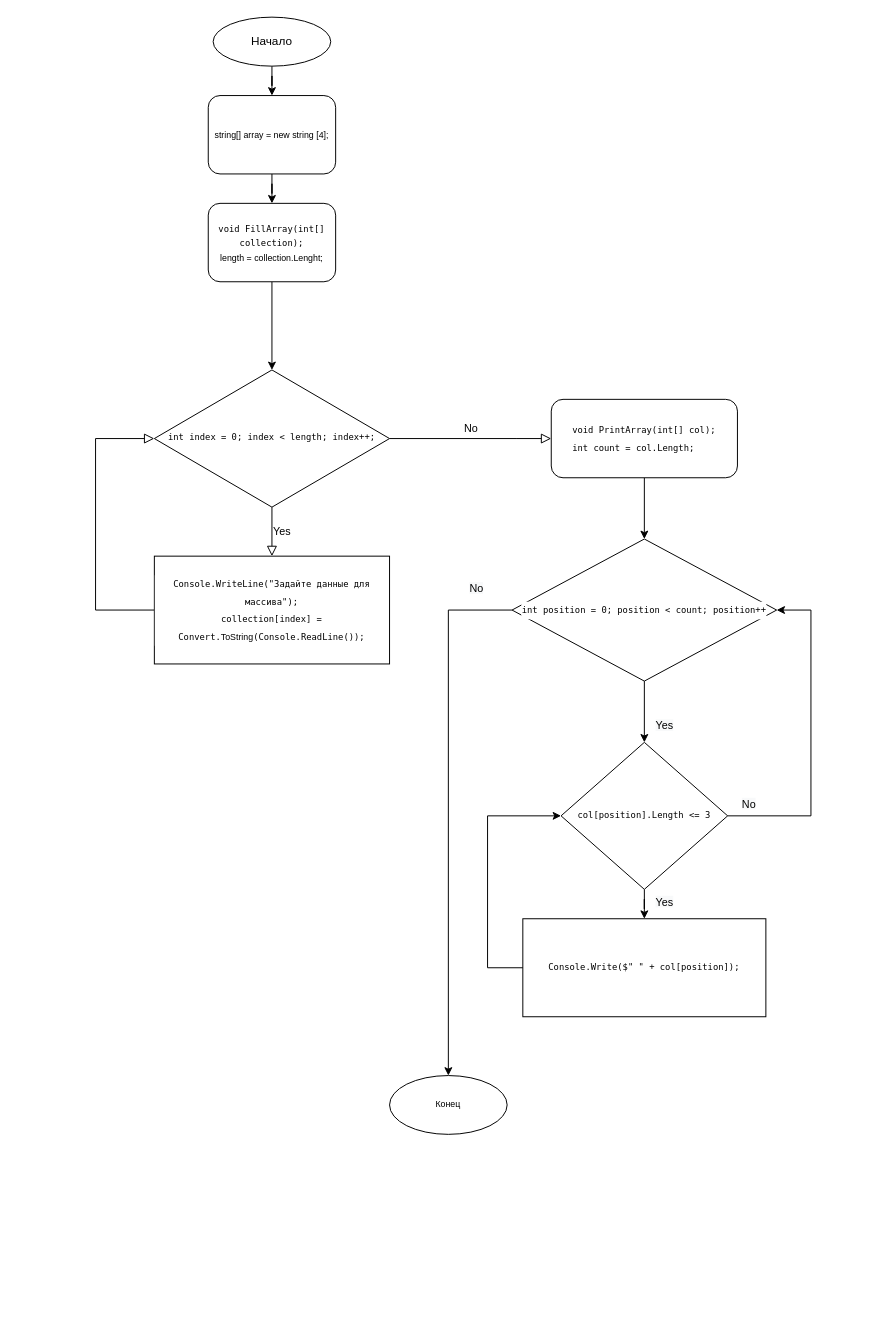
Above: Untitled Diagram.drawio in RomanPenskikh/HomeWork (draw.io), before the change. Source tidied: cells renumbered, new cells numbered last; positions are measured from the earlier drawing's top-left corner, leaving out a move shared by most shapes. Both pictures are drawn from the tidied source at 98%, with x=0, y=0 at pixel (95, 17).
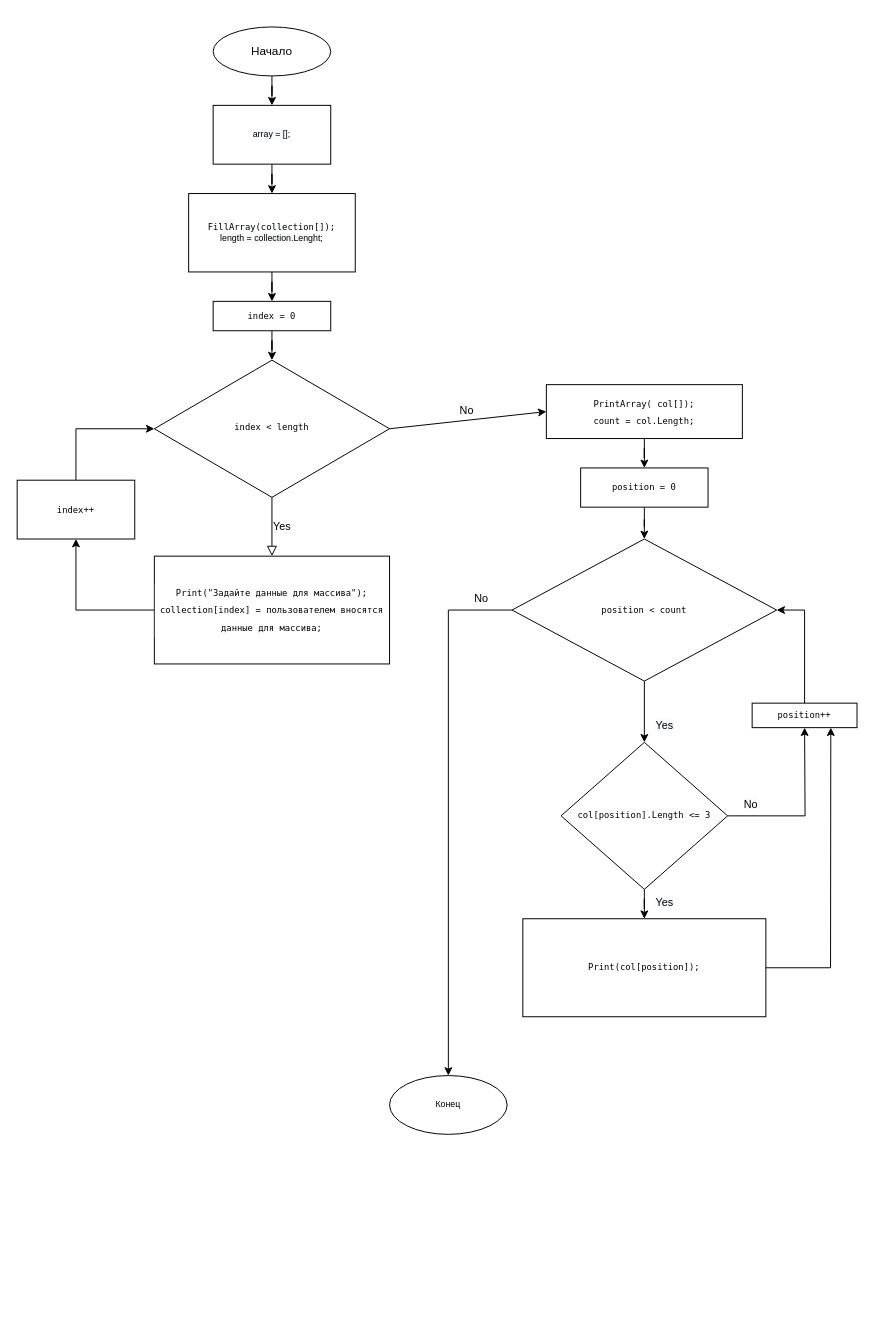
The same page after the edit.

Unchanged cells that the change refers to:
```xml
<mxCell id="20" value="&lt;span style=&quot;font-family: Menlo, Monaco, &amp;quot;Courier New&amp;quot;, monospace;&quot;&gt;col[position].Length &amp;lt;= 3&lt;br&gt;&lt;/span&gt;" style="rhombus;whiteSpace=wrap;html=1;fontSize=9;fontColor=#000000;rounded=0;labelBackgroundColor=#FFFFFF;" parent="1" vertex="1">
  <mxGeometry x="475" y="740" width="170" height="150" as="geometry" />
</mxCell>
```

Change to the diagram source:
```diff
@@
-    <mxCell id="2" style="edgeStyle=orthogonalEdgeStyle;rounded=0;jettySize=auto;html=1;fontSize=9;fontColor=#000000;" parent="1" edge="1" source="3" target="17">
-      <mxGeometry relative="1" as="geometry" />
-    </mxCell>
-    <mxCell id="3" value="&lt;font style=&quot;font-size: 9px;&quot;&gt;string[] array = new string [4];&lt;/font&gt;" style="rounded=1;whiteSpace=wrap;html=1;fontSize=12;glass=0;strokeWidth=1;shadow=0;" parent="1" vertex="1">
-      <mxGeometry x="115" y="80" width="130" height="80" as="geometry" />
-    </mxCell>
@@
-    <mxCell id="5" value="No" style="edgeStyle=orthogonalEdgeStyle;rounded=0;html=1;jettySize=auto;fontSize=11;endArrow=block;endFill=0;endSize=8;strokeWidth=1;shadow=0;labelBackgroundColor=none;" parent="1" edge="1" source="6" target="8">
-      <mxGeometry y="10" relative="1" as="geometry">
-        <Array as="points">
-          <mxPoint x="430" y="430" />
-          <mxPoint x="430" y="430" />
-        </Array>
-      </mxGeometry>
-    </mxCell>
-    <mxCell id="6" value="&lt;div style=&quot;font-family: Menlo, Monaco, &amp;quot;Courier New&amp;quot;, monospace; line-height: 18px; font-size: 9px;&quot;&gt;&lt;div style=&quot;line-height: 18px;&quot;&gt;&lt;span style=&quot;background-color: rgb(255, 255, 255);&quot;&gt;int index = 0; index &amp;lt; &lt;span style=&quot;caret-color: rgb(156, 220, 254);&quot;&gt;length&lt;/span&gt;; index++;&lt;/span&gt;&lt;/div&gt;&lt;/div&gt;" style="rhombus;whiteSpace=wrap;html=1;shadow=0;fontFamily=Helvetica;fontSize=12;align=center;strokeWidth=1;spacing=6;spacingTop=-4;verticalAlign=middle;" parent="1" vertex="1">
-      <mxGeometry x="60" y="360" width="240" height="140" as="geometry" />
+    <mxCell id="6" value="&lt;div style=&quot;font-family: Menlo, Monaco, &amp;quot;Courier New&amp;quot;, monospace; line-height: 18px; font-size: 9px;&quot;&gt;&lt;div style=&quot;line-height: 18px;&quot;&gt;&lt;span style=&quot;background-color: rgb(255, 255, 255);&quot;&gt;index &amp;lt; &lt;span style=&quot;caret-color: rgb(156, 220, 254);&quot;&gt;length&lt;/span&gt;&lt;/span&gt;&lt;/div&gt;&lt;/div&gt;" style="rhombus;whiteSpace=wrap;html=1;shadow=0;fontFamily=Helvetica;fontSize=12;align=center;strokeWidth=1;spacing=6;spacingTop=-4;verticalAlign=middle;" parent="1" vertex="1">
+      <mxGeometry x="60" y="350" width="240" height="140" as="geometry" />
     </mxCell>
-    <mxCell id="7" style="edgeStyle=orthogonalEdgeStyle;rounded=0;jettySize=auto;html=1;fontSize=9;fontColor=#000000;entryX=0.5;entryY=0;entryDx=0;entryDy=0;" parent="1" edge="1" source="8" target="15">
-      <mxGeometry relative="1" as="geometry" />
-    </mxCell>
-    <mxCell id="8" value="&lt;div style=&quot;text-align: start; font-family: Menlo, Monaco, &amp;quot;Courier New&amp;quot;, monospace; line-height: 18px; font-size: 9px;&quot;&gt;&lt;div style=&quot;line-height: 18px;&quot;&gt;&lt;span style=&quot;background-color: rgb(255, 255, 255);&quot;&gt;void PrintArray(int[] col);&lt;/span&gt;&lt;/div&gt;&lt;div style=&quot;line-height: 18px;&quot;&gt;&lt;div style=&quot;line-height: 18px;&quot;&gt;&lt;span style=&quot;background-color: rgb(255, 255, 255);&quot;&gt;int count = col.Length;&lt;/span&gt;&lt;/div&gt;&lt;/div&gt;&lt;/div&gt;" style="rounded=1;whiteSpace=wrap;html=1;fontSize=12;glass=0;strokeWidth=1;shadow=0;" parent="1" vertex="1">
-      <mxGeometry x="465" y="390" width="190" height="80" as="geometry" />
-    </mxCell>
-    <mxCell id="9" style="edgeStyle=orthogonalEdgeStyle;rounded=0;jettySize=auto;html=1;" parent="1" edge="1" source="10" target="3">
-      <mxGeometry relative="1" as="geometry" />
-    </mxCell>
+    <mxCell id="29" style="edgeStyle=orthogonalEdgeStyle;rounded=0;jettySize=auto;html=1;fontSize=9;fontColor=#000000;" parent="1" edge="1" source="10" target="43">
+      <mxGeometry relative="1" as="geometry" />
+    </mxCell>
     <mxCell id="10" value="Начало" style="ellipse;whiteSpace=wrap;html=1;" parent="1" vertex="1">
-      <mxGeometry x="120" width="120" height="50" as="geometry" />
+      <mxGeometry x="120" y="10" width="120" height="50" as="geometry" />
     </mxCell>
-    <mxCell id="11" style="edgeStyle=orthogonalEdgeStyle;rounded=0;html=1;jettySize=auto;fontSize=11;endArrow=block;endFill=0;endSize=8;strokeWidth=1;shadow=0;labelBackgroundColor=none;exitX=0;exitY=0.5;exitDx=0;exitDy=0;entryX=0;entryY=0.5;entryDx=0;entryDy=0;" parent="1" edge="1" source="12" target="6">
-      <mxGeometry y="10" relative="1" as="geometry">
-        <Array as="points">
-          <mxPoint y="605" />
-          <mxPoint y="430" />
-        </Array>
-      </mxGeometry>
-    </mxCell>
+    <mxCell id="30" style="edgeStyle=orthogonalEdgeStyle;rounded=0;jettySize=auto;html=1;fontSize=9;fontColor=#000000;" parent="1" edge="1" source="12" target="31">
+      <mxGeometry relative="1" as="geometry" />
+    </mxCell>
-    <mxCell id="12" value="&lt;div style=&quot;caret-color: rgb(0, 0, 0); color: rgb(0, 0, 0); font-style: normal; font-variant-caps: normal; font-weight: 400; letter-spacing: normal; text-align: center; text-indent: 0px; text-transform: none; word-spacing: 0px; -webkit-text-stroke-width: 0px; text-decoration: none; font-family: Menlo, Monaco, &amp;quot;Courier New&amp;quot;, monospace; line-height: 18px; font-size: 9px;&quot;&gt;&lt;div style=&quot;line-height: 18px;&quot;&gt;&lt;div&gt;&lt;span style=&quot;background-color: rgb(255, 255, 255);&quot;&gt;&lt;font style=&quot;font-size: 9px;&quot;&gt;Console.WriteLine(&quot;Задайте данные для массива&quot;);&lt;/font&gt;&lt;/span&gt;&lt;/div&gt;&lt;div&gt;&lt;span style=&quot;background-color: rgb(255, 255, 255);&quot;&gt;&lt;font style=&quot;font-size: 9px;&quot;&gt;collection[index] = Convert.&lt;span style=&quot;caret-color: rgb(85, 85, 85); font-family: Arial, Helvetica, sans-serif;&quot;&gt;ToString&lt;/span&gt;(Console.ReadLine());&lt;/font&gt;&lt;/span&gt;&lt;/div&gt;&lt;/div&gt;&lt;/div&gt;" style="rounded=0;whiteSpace=wrap;html=1;labelBackgroundColor=#FFFFFF;fontSize=9;fontColor=#000000;" parent="1" vertex="1">
+    <mxCell id="12" value="&lt;div style=&quot;text-align: center; text-indent: 0px; line-height: 18px;&quot;&gt;&lt;div style=&quot;line-height: 18px;&quot;&gt;&lt;div style=&quot;caret-color: rgb(0, 0, 0); color: rgb(0, 0, 0); font-family: Menlo, Monaco, &amp;quot;Courier New&amp;quot;, monospace; font-size: 9px; font-style: normal; font-variant-caps: normal; font-weight: 400; letter-spacing: normal; text-transform: none; word-spacing: 0px; text-decoration: none; -webkit-text-stroke-width: 0px;&quot;&gt;&lt;span style=&quot;background-color: rgb(255, 255, 255);&quot;&gt;&lt;font style=&quot;font-size: 9px;&quot;&gt;Print(&quot;Задайте данные для массива&quot;);&lt;/font&gt;&lt;/span&gt;&lt;/div&gt;&lt;div&gt;&lt;span style=&quot;background-color: rgb(255, 255, 255);&quot;&gt;&lt;font&gt;&lt;font face=&quot;Menlo, Monaco, Courier New, monospace&quot;&gt;collection[index] =&amp;nbsp;пользователем&amp;nbsp;вносятся данные для массива;&lt;/font&gt;&lt;/font&gt;&lt;/span&gt;&lt;/div&gt;&lt;/div&gt;&lt;/div&gt;" style="rounded=0;whiteSpace=wrap;html=1;labelBackgroundColor=#FFFFFF;fontSize=9;fontColor=#000000;" parent="1" vertex="1">
       <mxGeometry x="60" y="550" width="240" height="110" as="geometry" />
     </mxCell>
@@
-    <mxCell id="15" value="&lt;div style=&quot;font-family: Menlo, Monaco, &amp;quot;Courier New&amp;quot;, monospace; line-height: 18px;&quot;&gt;&lt;span style=&quot;background-color: rgb(255, 255, 255);&quot;&gt;&lt;font style=&quot;font-size: 9px;&quot;&gt;int position = 0; position &amp;lt; count; position++&lt;/font&gt;&lt;/span&gt;&lt;/div&gt;" style="rhombus;whiteSpace=wrap;html=1;labelBackgroundColor=#FFFFFF;fontSize=9;fontColor=#000000;align=center;" parent="1" vertex="1">
+    <mxCell id="15" value="&lt;div style=&quot;font-family: Menlo, Monaco, &amp;quot;Courier New&amp;quot;, monospace; line-height: 18px;&quot;&gt;&lt;span style=&quot;background-color: rgb(255, 255, 255);&quot;&gt;&lt;font style=&quot;font-size: 9px;&quot;&gt;position &amp;lt; count&lt;/font&gt;&lt;/span&gt;&lt;/div&gt;" style="rhombus;whiteSpace=wrap;html=1;labelBackgroundColor=#FFFFFF;fontSize=9;fontColor=#000000;align=center;" parent="1" vertex="1">
       <mxGeometry x="425" y="532.5" width="270" height="145" as="geometry" />
     </mxCell>
-    <mxCell id="16" style="edgeStyle=orthogonalEdgeStyle;rounded=0;jettySize=auto;html=1;fontSize=9;fontColor=#000000;" parent="1" edge="1" source="17" target="6">
-      <mxGeometry relative="1" as="geometry" />
-    </mxCell>
-    <mxCell id="17" value="&lt;font style=&quot;font-size: 9px;&quot;&gt;&lt;span style=&quot;font-family: Menlo, Monaco, &amp;quot;Courier New&amp;quot;, monospace; text-align: start; background-color: rgb(255, 255, 255);&quot;&gt;void FillArray(int[] collection);&lt;/span&gt;&lt;br&gt;length = collection.Lenght;&lt;/font&gt;" style="rounded=1;whiteSpace=wrap;html=1;fontSize=12;glass=0;strokeWidth=1;shadow=0;" parent="1" vertex="1">
-      <mxGeometry x="115" y="190" width="130" height="80" as="geometry" />
-    </mxCell>
@@
-    <mxCell id="21" value="&lt;span style=&quot;font-family: Menlo, Monaco, &amp;quot;Courier New&amp;quot;, monospace;&quot;&gt;Console.Write($&quot; &quot; +&amp;nbsp;&lt;/span&gt;&lt;span style=&quot;font-family: Menlo, Monaco, &amp;quot;Courier New&amp;quot;, monospace;&quot;&gt;col[position]);&lt;/span&gt;" style="whiteSpace=wrap;html=1;fontSize=9;fontColor=#000000;rounded=0;labelBackgroundColor=#FFFFFF;align=center;" parent="1" vertex="1">
+    <mxCell id="21" value="&lt;span style=&quot;font-family: Menlo, Monaco, &amp;quot;Courier New&amp;quot;, monospace;&quot;&gt;Print(&lt;/span&gt;&lt;span style=&quot;font-family: Menlo, Monaco, &amp;quot;Courier New&amp;quot;, monospace;&quot;&gt;col[position]);&lt;/span&gt;" style="whiteSpace=wrap;html=1;fontSize=9;fontColor=#000000;rounded=0;labelBackgroundColor=#FFFFFF;align=center;" parent="1" vertex="1">
       <mxGeometry x="436" y="920" width="248" height="100" as="geometry" />
     </mxCell>
@@
-    <mxCell id="24" style="endArrow=classic;html=1;rounded=0;fontSize=9;fontColor=#000000;entryX=0;entryY=0.5;entryDx=0;entryDy=0;exitX=0;exitY=0.5;exitDx=0;exitDy=0;" parent="1" edge="1" source="21" target="20">
-      <mxGeometry relative="1" as="geometry">
-        <Array as="points">
-          <mxPoint x="400" y="970" />
-          <mxPoint x="400" y="815" />
-        </Array>
-      </mxGeometry>
-    </mxCell>
-    <mxCell id="25" style="endArrow=classic;html=1;rounded=0;fontSize=9;fontColor=#000000;exitX=1;exitY=0.5;exitDx=0;exitDy=0;entryX=1;entryY=0.5;entryDx=0;entryDy=0;" parent="1" edge="1" source="20" target="15">
-      <mxGeometry relative="1" as="geometry">
-        <Array as="points">
-          <mxPoint x="730" y="815" />
-          <mxPoint x="730" y="605" />
-        </Array>
-      </mxGeometry>
-    </mxCell>
     <mxCell id="26" value="&lt;span style=&quot;caret-color: rgb(0, 0, 0); color: rgb(0, 0, 0); font-family: Helvetica; font-size: 11px; font-style: normal; font-variant-caps: normal; font-weight: 400; letter-spacing: normal; text-align: center; text-indent: 0px; text-transform: none; word-spacing: 0px; -webkit-text-stroke-width: 0px; background-color: rgb(248, 249, 250); text-decoration: none; float: none; display: inline !important;&quot;&gt;No&lt;/span&gt;" style="text;whiteSpace=wrap;html=1;fontSize=9;fontColor=#000000;" parent="1" vertex="1">
-      <mxGeometry x="658" y="790" width="40" height="30" as="geometry" />
+      <mxGeometry x="660" y="790" width="40" height="30" as="geometry" />
     </mxCell>
@@
     <mxCell id="28" value="&lt;span style=&quot;caret-color: rgb(0, 0, 0); color: rgb(0, 0, 0); font-family: Helvetica; font-size: 11px; font-style: normal; font-variant-caps: normal; font-weight: 400; letter-spacing: normal; text-align: center; text-indent: 0px; text-transform: none; word-spacing: 0px; -webkit-text-stroke-width: 0px; background-color: rgb(248, 249, 250); text-decoration: none; float: none; display: inline !important;&quot;&gt;No&lt;/span&gt;" style="text;whiteSpace=wrap;html=1;fontSize=9;fontColor=#000000;" parent="1" vertex="1">
-      <mxGeometry x="380" y="570" width="40" height="30" as="geometry" />
+      <mxGeometry x="385" y="580" width="40" height="30" as="geometry" />
     </mxCell>
+    <mxCell id="31" value="&lt;span style=&quot;font-family: Menlo, Monaco, &amp;quot;Courier New&amp;quot;, monospace;&quot;&gt;index++&lt;/span&gt;" style="whiteSpace=wrap;html=1;fontSize=9;fontColor=#000000;rounded=0;labelBackgroundColor=#FFFFFF;" parent="1" vertex="1">
+      <mxGeometry x="-80" y="472.5" width="120" height="60" as="geometry" />
+    </mxCell>
+    <mxCell id="32" style="endArrow=classic;html=1;rounded=0;fontSize=9;fontColor=#000000;entryX=0;entryY=0.5;entryDx=0;entryDy=0;" parent="1" edge="1" target="6">
+      <mxGeometry relative="1" as="geometry">
+        <mxPoint x="-20" y="472.5" as="sourcePoint" />
+        <Array as="points">
+          <mxPoint x="-20" y="420" />
+        </Array>
+      </mxGeometry>
+    </mxCell>
+    <mxCell id="33" style="edgeStyle=orthogonalEdgeStyle;rounded=0;jettySize=auto;html=1;fontSize=9;fontColor=#000000;" parent="1" edge="1" source="34" target="37">
+      <mxGeometry relative="1" as="geometry" />
+    </mxCell>
+    <mxCell id="34" value="&lt;div style=&quot;font-family: Menlo, Monaco, &amp;quot;Courier New&amp;quot;, monospace; text-align: start; line-height: 18px;&quot;&gt;PrintArray( col[]);&lt;/div&gt;&lt;div style=&quot;font-family: Menlo, Monaco, &amp;quot;Courier New&amp;quot;, monospace; text-align: start; line-height: 18px;&quot;&gt;&lt;div style=&quot;line-height: 18px;&quot;&gt;count = col.Length;&lt;/div&gt;&lt;/div&gt;" style="rounded=0;whiteSpace=wrap;html=1;labelBackgroundColor=#FFFFFF;fontSize=9;fontColor=#000000;" parent="1" vertex="1">
+      <mxGeometry x="460" y="375" width="200" height="55" as="geometry" />
+    </mxCell>
+    <mxCell id="35" style="endArrow=classic;html=1;rounded=0;fontSize=9;fontColor=#000000;entryX=0;entryY=0.5;entryDx=0;entryDy=0;" parent="1" edge="1" target="34">
+      <mxGeometry relative="1" as="geometry">
+        <mxPoint x="300" y="420" as="sourcePoint" />
+      </mxGeometry>
+    </mxCell>
+    <mxCell id="5" value="&lt;span style=&quot;caret-color: rgb(0, 0, 0); color: rgb(0, 0, 0); font-family: Helvetica; font-size: 11px; font-style: normal; font-variant-caps: normal; font-weight: 400; letter-spacing: normal; text-align: center; text-indent: 0px; text-transform: none; word-spacing: 0px; -webkit-text-stroke-width: 0px; background-color: rgb(248, 249, 250); text-decoration: none; float: none; display: inline !important;&quot;&gt;No&lt;/span&gt;" style="text;whiteSpace=wrap;html=1;fontSize=9;fontColor=#000000;" parent="1" vertex="1">
+      <mxGeometry x="370" y="387.5" width="40" height="30" as="geometry" />
+    </mxCell>
+    <mxCell id="36" style="edgeStyle=orthogonalEdgeStyle;rounded=0;jettySize=auto;html=1;fontSize=9;fontColor=#000000;" parent="1" edge="1" source="37" target="15">
+      <mxGeometry relative="1" as="geometry" />
+    </mxCell>
+    <mxCell id="37" value="&lt;span style=&quot;font-family: Menlo, Monaco, &amp;quot;Courier New&amp;quot;, monospace;&quot;&gt;position = 0&lt;/span&gt;" style="rounded=0;whiteSpace=wrap;html=1;labelBackgroundColor=#FFFFFF;fontSize=9;fontColor=#000000;" parent="1" vertex="1">
+      <mxGeometry x="495" y="460" width="130" height="40" as="geometry" />
+    </mxCell>
+    <mxCell id="38" style="endArrow=classic;html=1;rounded=0;fontSize=9;fontColor=#000000;entryX=0.75;entryY=1;entryDx=0;entryDy=0;" parent="1" edge="1" target="40">
+      <mxGeometry relative="1" as="geometry">
+        <mxPoint x="684" y="970" as="sourcePoint" />
+        <Array as="points">
+          <mxPoint x="750" y="970" />
+        </Array>
+      </mxGeometry>
+    </mxCell>
+    <mxCell id="39" style="edgeStyle=orthogonalEdgeStyle;rounded=0;jettySize=auto;html=1;fontSize=9;fontColor=#000000;entryX=1;entryY=0.5;entryDx=0;entryDy=0;" parent="1" edge="1" source="40" target="15">
+      <mxGeometry relative="1" as="geometry">
+        <Array as="points">
+          <mxPoint x="724" y="605" />
+        </Array>
+      </mxGeometry>
+    </mxCell>
+    <mxCell id="40" value="&lt;span style=&quot;font-family: Menlo, Monaco, &amp;quot;Courier New&amp;quot;, monospace;&quot;&gt;position++&lt;/span&gt;" style="rounded=0;whiteSpace=wrap;html=1;labelBackgroundColor=#FFFFFF;fontSize=9;fontColor=#000000;" parent="1" vertex="1">
+      <mxGeometry x="670" y="700" width="107" height="25" as="geometry" />
+    </mxCell>
+    <mxCell id="41" style="endArrow=classic;html=1;rounded=0;fontSize=9;fontColor=#000000;exitX=1;exitY=0.5;exitDx=0;exitDy=0;entryX=0.5;entryY=1;entryDx=0;entryDy=0;" parent="1" edge="1" source="20" target="40">
+      <mxGeometry relative="1" as="geometry">
+        <Array as="points">
+          <mxPoint x="724" y="815" />
+        </Array>
+      </mxGeometry>
+    </mxCell>
+    <mxCell id="42" style="edgeStyle=orthogonalEdgeStyle;rounded=0;jettySize=auto;html=1;fontSize=9;fontColor=#000000;" parent="1" edge="1" source="43" target="45">
+      <mxGeometry relative="1" as="geometry" />
+    </mxCell>
+    <mxCell id="43" value="&lt;span style=&quot;background-color: rgb(248, 249, 250);&quot;&gt;array = [];&lt;/span&gt;" style="rounded=0;whiteSpace=wrap;html=1;labelBackgroundColor=#FFFFFF;fontSize=9;fontColor=#000000;" parent="1" vertex="1">
+      <mxGeometry x="120" y="90" width="120" height="60" as="geometry" />
+    </mxCell>
+    <mxCell id="44" style="edgeStyle=orthogonalEdgeStyle;rounded=0;jettySize=auto;html=1;fontSize=9;fontColor=#000000;" parent="1" edge="1" source="45" target="47">
+      <mxGeometry relative="1" as="geometry" />
+    </mxCell>
+    <mxCell id="45" value="&lt;span style=&quot;font-family: Menlo, Monaco, &amp;quot;Courier New&amp;quot;, monospace; text-align: start;&quot;&gt;FillArray(collection[]);&lt;/span&gt;&lt;br style=&quot;&quot;&gt;&lt;span style=&quot;background-color: rgb(248, 249, 250);&quot;&gt;length = collection.Lenght;&lt;/span&gt;" style="rounded=0;whiteSpace=wrap;html=1;labelBackgroundColor=#FFFFFF;fontSize=9;fontColor=#000000;" parent="1" vertex="1">
+      <mxGeometry x="95" y="180" width="170" height="80" as="geometry" />
+    </mxCell>
+    <mxCell id="46" style="edgeStyle=orthogonalEdgeStyle;rounded=0;jettySize=auto;html=1;fontSize=9;fontColor=#000000;" parent="1" edge="1" source="47" target="6">
+      <mxGeometry relative="1" as="geometry" />
+    </mxCell>
+    <mxCell id="47" value="&lt;span style=&quot;font-family: Menlo, Monaco, &amp;quot;Courier New&amp;quot;, monospace;&quot;&gt;index = 0&lt;/span&gt;" style="rounded=0;whiteSpace=wrap;html=1;labelBackgroundColor=#FFFFFF;fontSize=9;fontColor=#000000;" parent="1" vertex="1">
+      <mxGeometry x="120" y="290" width="120" height="30" as="geometry" />
+    </mxCell>
```
